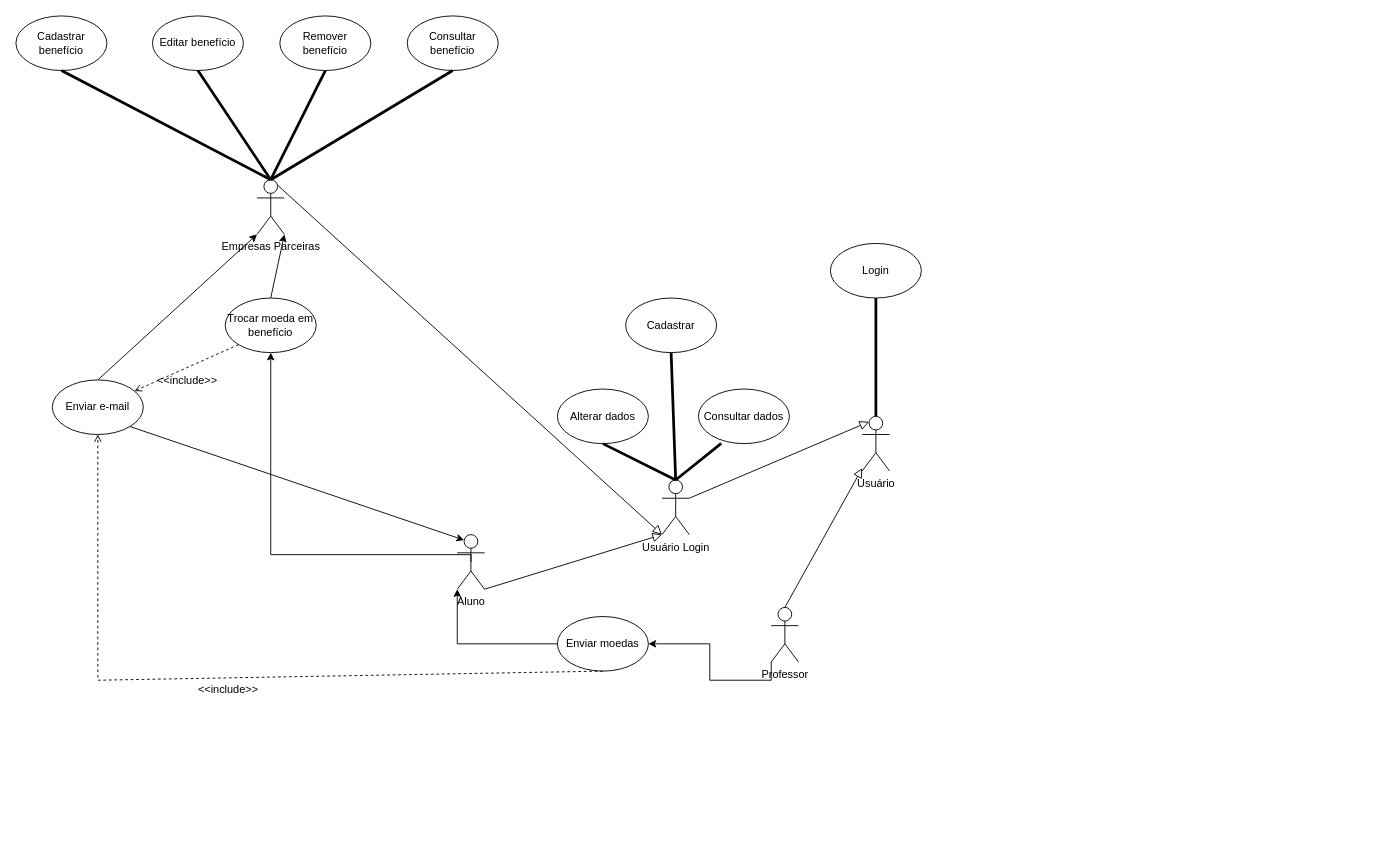
Above: projeto/Diagrama De Casos de Uso.drawio in Puc-Minas-activities-organization/Sistema-de-Moeda-Estudantil (draw.io), before the change. Source tidied: cells renumbered, new cells numbered last; positions are measured from the earlier drawing's top-left corner, leaving out a move shared by most shapes. Both pictures are drawn from the tidied source at 91%, with x=0, y=0 at pixel (15, 15).
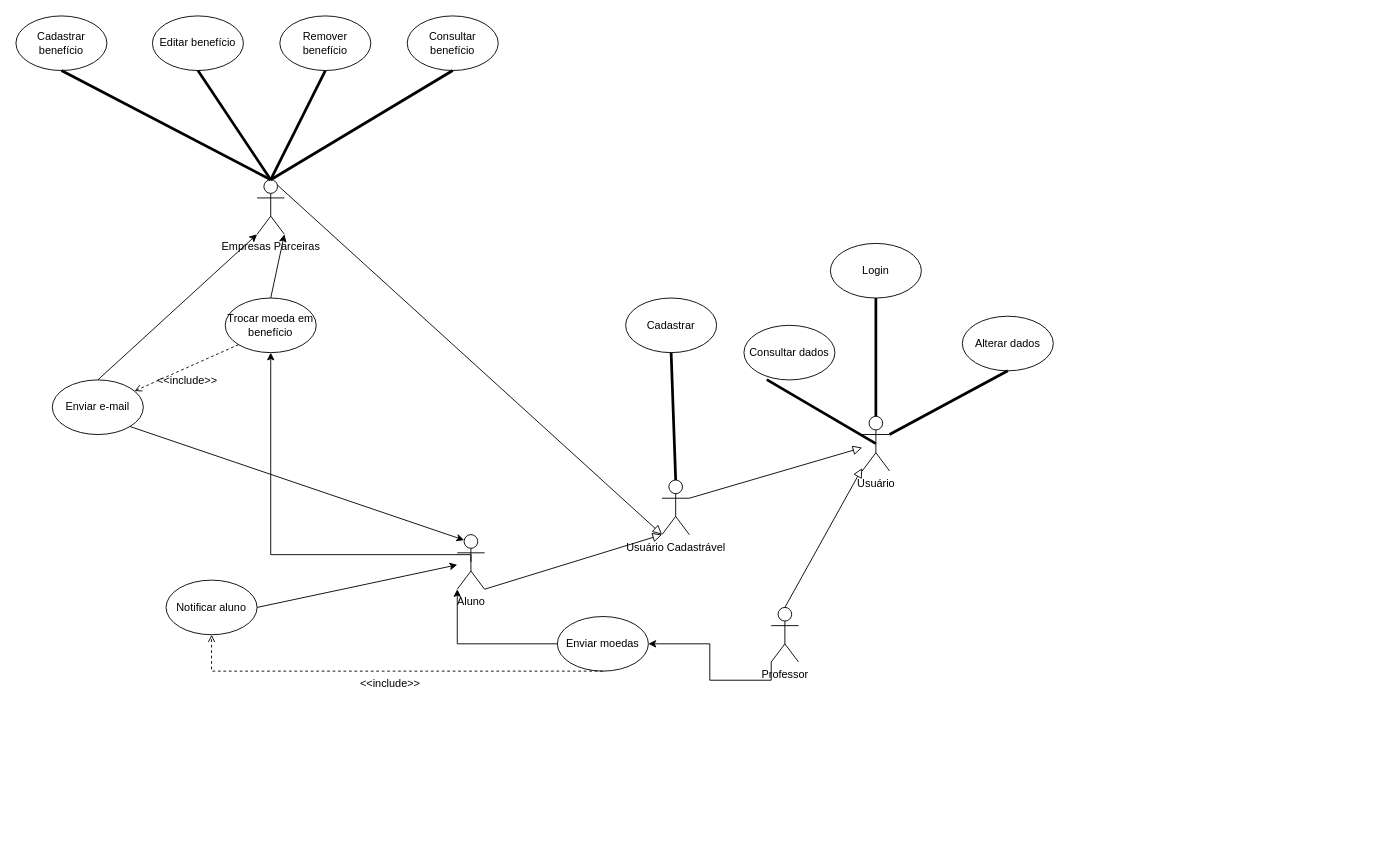
Above is the later version.

Unchanged cells that the change refers to:
```xml
<mxCell id="6" value="Usuário&lt;div&gt;&lt;br&gt;&lt;/div&gt;" style="shape=umlActor;verticalLabelPosition=bottom;verticalAlign=top;html=1;outlineConnect=0;" parent="1" vertex="1">
  <mxGeometry x="930" y="440" width="30" height="60" as="geometry" />
</mxCell>
<mxCell id="8" value="Aluno" style="shape=umlActor;verticalLabelPosition=bottom;verticalAlign=top;html=1;outlineConnect=0;" parent="1" vertex="1">
  <mxGeometry x="485" y="570" width="30" height="60" as="geometry" />
</mxCell>
<mxCell id="17" value="Enviar moedas" style="ellipse;whiteSpace=wrap;html=1;" parent="1" vertex="1">
  <mxGeometry x="595" y="660" width="100" height="60" as="geometry" />
</mxCell>
<mxCell id="44" value="Enviar e-mail" style="ellipse;whiteSpace=wrap;html=1;" parent="1" vertex="1">
  <mxGeometry x="40" y="400" width="100" height="60" as="geometry" />
</mxCell>
```

Change to the diagram source:
```diff
@@
-    <mxCell id="21" value="Usuário Login" style="shape=umlActor;verticalLabelPosition=bottom;verticalAlign=top;html=1;outlineConnect=0;" parent="1" vertex="1">
+    <mxCell id="21" value="Usuário Cadastrável" style="shape=umlActor;verticalLabelPosition=bottom;verticalAlign=top;html=1;outlineConnect=0;" parent="1" vertex="1">
       <mxGeometry x="710" y="510" width="30" height="60" as="geometry" />
     </mxCell>
@@
     <mxCell id="23" value="Alterar dados" style="ellipse;whiteSpace=wrap;html=1;" parent="1" vertex="1">
-      <mxGeometry x="595" y="410" width="100" height="60" as="geometry" />
+      <mxGeometry x="1040" y="330" width="100" height="60" as="geometry" />
     </mxCell>
     <mxCell id="24" value="Consultar dados" style="ellipse;whiteSpace=wrap;html=1;" parent="1" vertex="1">
-      <mxGeometry x="750" y="410" width="100" height="60" as="geometry" />
+      <mxGeometry x="800" y="340" width="100" height="60" as="geometry" />
     </mxCell>
-    <mxCell id="25" style="endArrow=none;startArrow=none;endFill=0;startFill=0;endSize=8;html=1;verticalAlign=bottom;labelBackgroundColor=none;strokeWidth=3;exitX=0.5;exitY=1;exitDx=0;exitDy=0;entryX=0.5;entryY=0;entryDx=0;entryDy=0;entryPerimeter=0;" parent="1" edge="1" source="23" target="21">
+    <mxCell id="25" style="endArrow=none;startArrow=none;endFill=0;startFill=0;endSize=8;html=1;verticalAlign=bottom;labelBackgroundColor=none;strokeWidth=3;exitX=0.5;exitY=1;exitDx=0;exitDy=0;entryX=1;entryY=0.3333333333333333;entryDx=0;entryDy=0;entryPerimeter=0;" parent="1" edge="1" source="23" target="6">
       <mxGeometry relative="1" as="geometry" />
     </mxCell>
-    <mxCell id="26" style="endArrow=none;startArrow=none;endFill=0;startFill=0;endSize=8;html=1;verticalAlign=bottom;labelBackgroundColor=none;strokeWidth=3;exitX=0.251;exitY=0.995;exitDx=0;exitDy=0;entryX=0.5;entryY=0;entryDx=0;entryDy=0;entryPerimeter=0;exitPerimeter=0;" parent="1" edge="1" source="24" target="21">
+    <mxCell id="26" style="endArrow=none;startArrow=none;endFill=0;startFill=0;endSize=8;html=1;verticalAlign=bottom;labelBackgroundColor=none;strokeWidth=3;exitX=0.251;exitY=0.995;exitDx=0;exitDy=0;entryX=0.5;entryY=0.5;entryDx=0;entryDy=0;entryPerimeter=0;exitPerimeter=0;" parent="1" edge="1" source="24" target="6">
       <mxGeometry relative="1" as="geometry" />
     </mxCell>
@@
-    <mxCell id="29" style="endArrow=block;html=1;rounded=0;align=center;verticalAlign=bottom;endFill=0;labelBackgroundColor=none;endSize=8;entryX=0.25;entryY=0.1;entryDx=0;entryDy=0;entryPerimeter=0;exitX=1;exitY=0.3333333333333333;exitDx=0;exitDy=0;exitPerimeter=0;" parent="1" edge="1" source="21" target="6">
+    <mxCell id="29" style="endArrow=block;html=1;rounded=0;align=center;verticalAlign=bottom;endFill=0;labelBackgroundColor=none;endSize=8;exitX=1;exitY=0.3333333333333333;exitDx=0;exitDy=0;exitPerimeter=0;" parent="1" edge="1" source="21" target="6">
       <mxGeometry relative="1" as="geometry" />
     </mxCell>
@@
-    <mxCell id="46" style="endArrow=open;html=1;rounded=0;align=center;verticalAlign=bottom;dashed=1;endFill=0;labelBackgroundColor=none;entryX=0.5;entryY=1;entryDx=0;entryDy=0;exitX=0.5;exitY=1;exitDx=0;exitDy=0;" parent="1" edge="1" source="17" target="44">
+    <mxCell id="46" style="endArrow=open;html=1;rounded=0;align=center;verticalAlign=bottom;dashed=1;endFill=0;labelBackgroundColor=none;entryX=0.5;entryY=1;entryDx=0;entryDy=0;exitX=0.5;exitY=1;exitDx=0;exitDy=0;" parent="1" edge="1" source="17" target="49">
       <mxGeometry relative="1" as="geometry">
         <Array as="points">
-          <mxPoint x="90" y="730" />
+          <mxPoint x="215" y="720" />
         </Array>
       </mxGeometry>
     </mxCell>
@@
+    <mxCell id="48" style="edgeStyle=none;html=1;exitX=1;exitY=0.5;exitDx=0;exitDy=0;" parent="1" edge="1" source="49" target="8">
+      <mxGeometry relative="1" as="geometry" />
+    </mxCell>
+    <mxCell id="49" value="Notificar aluno" style="ellipse;whiteSpace=wrap;html=1;" parent="1" vertex="1">
+      <mxGeometry x="165" y="620" width="100" height="60" as="geometry" />
+    </mxCell>
```
